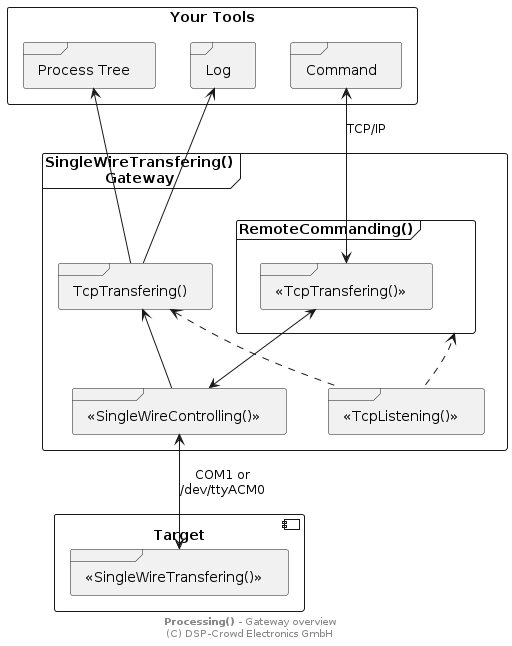
The PlantUML diagram doc/system/overview-gw.png in NoOrientationProgramming/code-orb, before a commit.
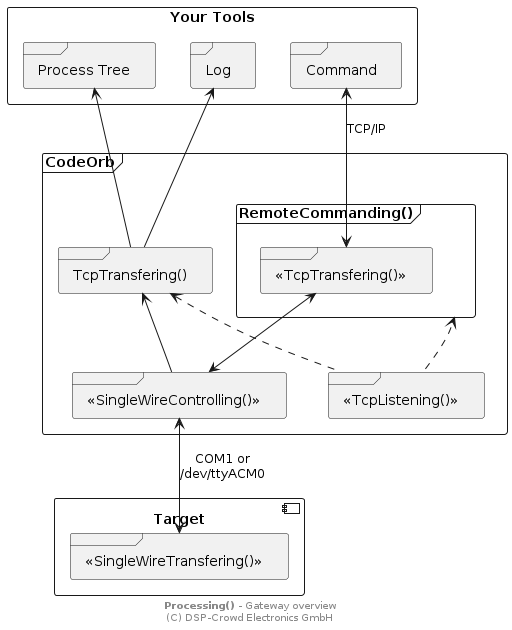
After the change.

The edit, as a diff of the source:
```diff
@@ -8,7 +8,7 @@
 	frame "Command" as pCmd
 }
 
-frame "SingleWireTransfering()\nGateway" as pGw {
+frame "CodeOrb" as pGw {
 
 	frame "<<SingleWireControlling()>>" as pSwc
 	frame "<<TcpListening()>>" as pTcp
```
